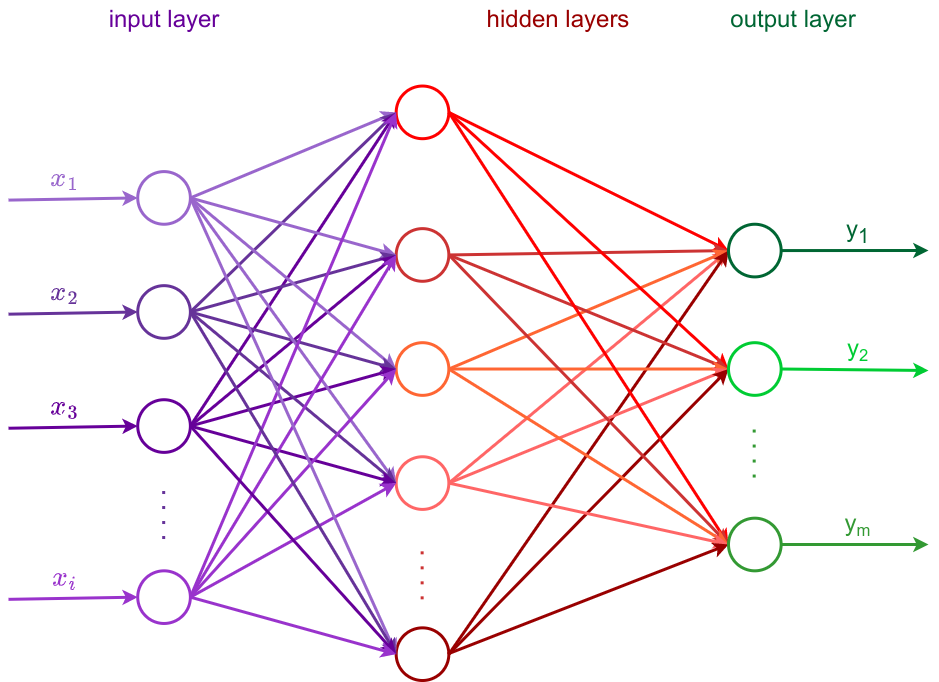
Before: diagrams/perceptron.drawio.png, a diagram exported from draw.io (ryndovaira-org/data_science_lectures). Source tidied: cells renumbered, new cells last; positions are measured from the earlier drawing's top-left corner, leaving out a move shared by most shapes.
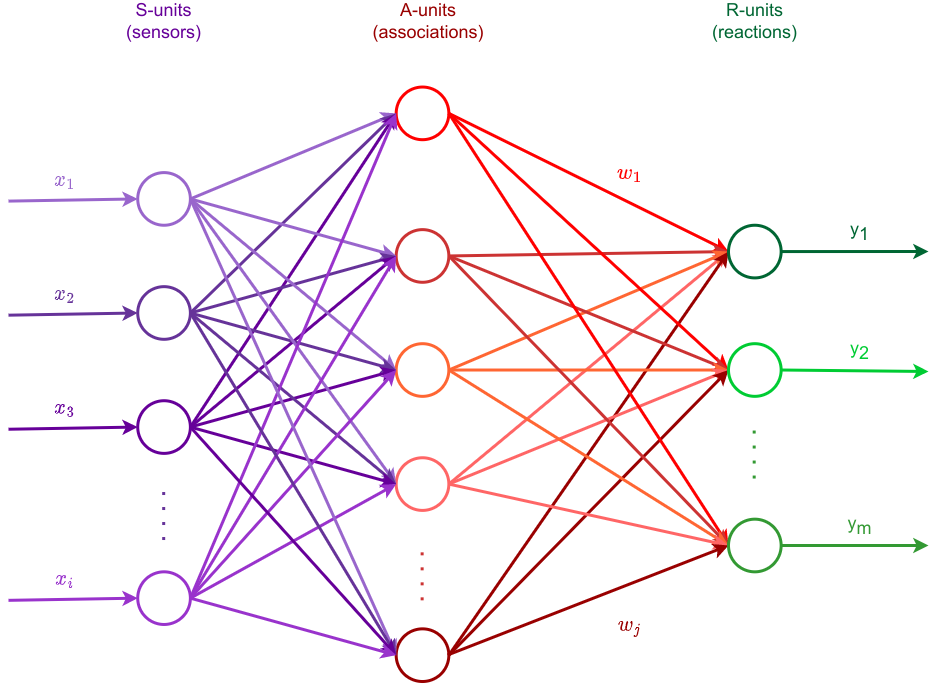
Later version of the same file.

Change to the diagram source:
```diff
@@ -10,7 +10,7 @@
         <mxPoint y="199.6" as="sourcePoint" />
       </mxGeometry>
     </mxCell>
-    <mxCell id="4" value="$$x_1$$" style="edgeLabel;html=1;align=center;verticalAlign=middle;fontColor=#9966CC;fontSize=24;labelBackgroundColor=none;" parent="3" vertex="1">
+    <mxCell id="4" value="$$x_1$$" style="edgeLabel;html=1;align=center;verticalAlign=middle;fontColor=#9966CC;fontSize=18;labelBackgroundColor=none;" parent="3" vertex="1">
       <mxGeometry x="0.22" relative="1" as="geometry">
         <mxPoint x="-23" y="-20" as="offset" />
       </mxGeometry>
@@ -23,7 +23,7 @@
         <mxPoint y="313.7" as="sourcePoint" />
       </mxGeometry>
     </mxCell>
-    <mxCell id="7" value="$$x_2$$" style="edgeLabel;html=1;align=center;verticalAlign=middle;fontColor=#663399;fontSize=24;labelBackgroundColor=none;" parent="6" vertex="1">
+    <mxCell id="7" value="$$x_2$$" style="edgeLabel;html=1;align=center;verticalAlign=middle;fontColor=#663399;fontSize=18;labelBackgroundColor=none;" parent="6" vertex="1">
       <mxGeometry x="0.22" relative="1" as="geometry">
         <mxPoint x="-23" y="-20" as="offset" />
       </mxGeometry>
@@ -36,7 +36,7 @@
         <mxPoint y="427.7" as="sourcePoint" />
       </mxGeometry>
     </mxCell>
-    <mxCell id="10" value="&lt;font style=&quot;font-size: 24px;&quot;&gt;$$x_3$$&lt;br style=&quot;font-size: 24px;&quot;&gt;&lt;/font&gt;" style="edgeLabel;html=1;align=center;verticalAlign=middle;strokeColor=#FF9933;fontColor=#660099;fontSize=24;labelBackgroundColor=none;" parent="9" vertex="1">
+    <mxCell id="10" value="&lt;font style=&quot;font-size: 18px;&quot;&gt;$$x_3$$&lt;br style=&quot;font-size: 18px;&quot;&gt;&lt;/font&gt;" style="edgeLabel;html=1;align=center;verticalAlign=middle;strokeColor=#FF9933;fontColor=#660099;fontSize=18;labelBackgroundColor=none;" parent="9" vertex="1">
       <mxGeometry x="0.22" relative="1" as="geometry">
         <mxPoint x="-23" y="-20" as="offset" />
       </mxGeometry>
@@ -77,7 +77,7 @@
     <mxCell id="22" style="edgeStyle=none;rounded=0;jettySize=auto;html=1;exitX=1;exitY=0.5;exitDx=0;exitDy=0;entryX=0;entryY=0.5;entryDx=0;entryDy=0;strokeColor=#660099;fontSize=18;strokeWidth=3;labelBackgroundColor=none;" parent="1" edge="1" source="8" target="19">
       <mxGeometry relative="1" as="geometry" />
     </mxCell>
-    <mxCell id="23" style="edgeStyle=none;rounded=0;jettySize=auto;html=1;exitX=1;exitY=0.5;exitDx=0;exitDy=0;strokeWidth=3;strokeColor=#FF6666;labelBackgroundColor=none;entryX=0;entryY=0.5;entryDx=0;entryDy=0;entryPerimeter=0;" parent="1" edge="1" source="24" target="60">
+    <mxCell id="23" style="edgeStyle=none;rounded=0;jettySize=auto;html=1;exitX=1;exitY=0.5;exitDx=0;exitDy=0;strokeWidth=3;strokeColor=#FF6666;labelBackgroundColor=none;entryX=0;entryY=0.5;entryDx=0;entryDy=0;entryPerimeter=0;fontSize=18;" parent="1" edge="1" source="24" target="60">
       <mxGeometry relative="1" as="geometry" />
     </mxCell>
     <mxCell id="24" style="ellipse;whiteSpace=wrap;html=1;fontSize=18;strokeWidth=3;strokeColor=#FF6666;labelBackgroundColor=none;fillColor=none;" parent="1" vertex="1">
@@ -112,7 +112,7 @@
         <mxPoint y="598.8" as="sourcePoint" />
       </mxGeometry>
     </mxCell>
-    <mxCell id="34" value="$$x_i$$" style="edgeLabel;html=1;align=center;verticalAlign=middle;strokeColor=#33FFFF;fontColor=#9933CC;fontSize=24;labelBackgroundColor=none;" parent="33" vertex="1">
+    <mxCell id="34" value="$$x_i$$" style="edgeLabel;html=1;align=center;verticalAlign=middle;strokeColor=#33FFFF;fontColor=#9933CC;fontSize=18;labelBackgroundColor=none;" parent="33" vertex="1">
       <mxGeometry x="0.22" relative="1" as="geometry">
         <mxPoint x="-23" y="-20" as="offset" />
       </mxGeometry>
@@ -132,72 +132,82 @@
     <mxCell id="39" style="edgeStyle=none;rounded=0;jettySize=auto;html=1;exitX=1;exitY=0.5;exitDx=0;exitDy=0;entryX=0;entryY=0.5;entryDx=0;entryDy=0;strokeColor=#9933CC;fontSize=18;strokeWidth=3;fontColor=#9933CC;labelBackgroundColor=none;" parent="1" edge="1" source="32" target="35">
       <mxGeometry relative="1" as="geometry" />
     </mxCell>
-    <mxCell id="40" value="input layer" style="rounded=0;whiteSpace=wrap;html=1;strokeColor=none;fillColor=none;fontSize=24;labelBackgroundColor=none;fontColor=#660099;" parent="1" vertex="1">
-      <mxGeometry x="95.6" width="120" height="40" as="geometry" />
+    <mxCell id="40" value="S-units&lt;br style=&quot;font-size: 18px;&quot;&gt;(sensors)" style="rounded=0;whiteSpace=wrap;html=1;strokeColor=none;fillColor=none;fontSize=18;labelBackgroundColor=none;fontColor=#660099;" parent="1" vertex="1">
+      <mxGeometry x="87.2" width="136.7" height="40" as="geometry" />
     </mxCell>
-    <mxCell id="41" value="hidden layers" style="rounded=0;whiteSpace=wrap;html=1;strokeColor=none;fillColor=none;fontSize=24;labelBackgroundColor=none;fontColor=#990000;" parent="1" vertex="1">
-      <mxGeometry x="390" width="319.6" height="40" as="geometry" />
+    <mxCell id="41" value="A-units&lt;br style=&quot;font-size: 18px;&quot;&gt;(associations)" style="rounded=0;whiteSpace=wrap;html=1;strokeColor=none;fillColor=none;fontSize=18;labelBackgroundColor=none;fontColor=#990000;" parent="1" vertex="1">
+      <mxGeometry x="320" width="200" height="40" as="geometry" />
     </mxCell>
-    <mxCell id="42" style="endArrow=none;html=1;strokeWidth=3;fontSize=14;startArrow=none;startFill=0;rounded=0;dashed=1;dashPattern=1 4;strokeColor=#663399;labelBackgroundColor=none;" parent="1" edge="1">
+    <mxCell id="42" style="endArrow=none;html=1;strokeWidth=3;fontSize=18;startArrow=none;startFill=0;rounded=0;dashed=1;dashPattern=1 4;strokeColor=#663399;labelBackgroundColor=none;" parent="1" edge="1">
       <mxGeometry relative="1" as="geometry">
         <mxPoint x="155.2" y="538.5" as="sourcePoint" />
         <mxPoint x="155.2" y="481.5" as="targetPoint" />
       </mxGeometry>
     </mxCell>
-    <mxCell id="43" style="endArrow=none;html=1;strokeWidth=3;fontSize=14;startArrow=none;startFill=0;rounded=0;dashed=1;dashPattern=1 4;strokeColor=#CC3333;labelBackgroundColor=none;" parent="1" edge="1">
+    <mxCell id="43" style="endArrow=none;html=1;strokeWidth=3;fontSize=18;startArrow=none;startFill=0;rounded=0;dashed=1;dashPattern=1 4;strokeColor=#CC3333;labelBackgroundColor=none;" parent="1" edge="1">
       <mxGeometry relative="1" as="geometry">
         <mxPoint x="413.6" y="598.8" as="sourcePoint" />
         <mxPoint x="413.6" y="541.8" as="targetPoint" />
       </mxGeometry>
     </mxCell>
-    <mxCell id="44" style="edgeStyle=none;rounded=0;jettySize=auto;html=1;exitX=1;exitY=0.5;exitDx=0;exitDy=0;entryX=0;entryY=0.5;entryDx=0;entryDy=0;strokeWidth=3;strokeColor=#FF0000;labelBackgroundColor=none;entryPerimeter=0;" parent="1" edge="1" source="11" target="60">
+    <mxCell id="44" style="edgeStyle=none;rounded=0;jettySize=auto;html=1;exitX=1;exitY=0.5;exitDx=0;exitDy=0;entryX=0;entryY=0.5;entryDx=0;entryDy=0;strokeWidth=3;strokeColor=#FF0000;labelBackgroundColor=none;entryPerimeter=0;fontSize=18;" parent="1" edge="1" source="11" target="60">
       <mxGeometry relative="1" as="geometry" />
     </mxCell>
+    <mxCell id="69" value="$$w_1$$" style="edgeLabel;html=1;align=center;verticalAlign=middle;labelBackgroundColor=none;fontSize=18;fontColor=#FF0000;" parent="44" vertex="1">
+      <mxGeometry x="-0.31" y="2" relative="1" as="geometry">
+        <mxPoint x="83" y="13" as="offset" />
+      </mxGeometry>
+    </mxCell>
-    <mxCell id="45" style="edgeStyle=none;rounded=0;jettySize=auto;html=1;exitX=1;exitY=0.5;exitDx=0;exitDy=0;entryX=0;entryY=0.5;entryDx=0;entryDy=0;strokeWidth=3;strokeColor=#CC3333;labelBackgroundColor=none;entryPerimeter=0;" parent="1" edge="1" source="15" target="60">
+    <mxCell id="45" style="edgeStyle=none;rounded=0;jettySize=auto;html=1;exitX=1;exitY=0.5;exitDx=0;exitDy=0;entryX=0;entryY=0.5;entryDx=0;entryDy=0;strokeWidth=3;strokeColor=#CC3333;labelBackgroundColor=none;entryPerimeter=0;fontSize=18;" parent="1" edge="1" source="15" target="60">
       <mxGeometry relative="1" as="geometry" />
     </mxCell>
-    <mxCell id="46" style="edgeStyle=none;rounded=0;jettySize=auto;html=1;exitX=1;exitY=0.5;exitDx=0;exitDy=0;entryX=0;entryY=0.5;entryDx=0;entryDy=0;strokeWidth=3;strokeColor=#FF6633;labelBackgroundColor=none;entryPerimeter=0;" parent="1" edge="1" source="19" target="60">
+    <mxCell id="46" style="edgeStyle=none;rounded=0;jettySize=auto;html=1;exitX=1;exitY=0.5;exitDx=0;exitDy=0;entryX=0;entryY=0.5;entryDx=0;entryDy=0;strokeWidth=3;strokeColor=#FF6633;labelBackgroundColor=none;entryPerimeter=0;fontSize=18;" parent="1" edge="1" source="19" target="60">
       <mxGeometry relative="1" as="geometry" />
     </mxCell>
-    <mxCell id="47" style="edgeStyle=none;rounded=0;jettySize=auto;html=1;exitX=1;exitY=0.5;exitDx=0;exitDy=0;entryX=0;entryY=0.5;entryDx=0;entryDy=0;strokeWidth=3;strokeColor=#990000;labelBackgroundColor=none;entryPerimeter=0;" parent="1" edge="1" source="35" target="60">
+    <mxCell id="47" style="edgeStyle=none;rounded=0;jettySize=auto;html=1;exitX=1;exitY=0.5;exitDx=0;exitDy=0;entryX=0;entryY=0.5;entryDx=0;entryDy=0;strokeWidth=3;strokeColor=#990000;labelBackgroundColor=none;entryPerimeter=0;fontSize=18;" parent="1" edge="1" source="35" target="60">
       <mxGeometry relative="1" as="geometry" />
     </mxCell>
-    <mxCell id="48" style="edgeStyle=none;rounded=0;jettySize=auto;html=1;exitX=1;exitY=0.5;exitDx=0;exitDy=0;entryX=0;entryY=0.5;entryDx=0;entryDy=0;strokeWidth=3;strokeColor=#FF0000;labelBackgroundColor=none;" parent="1" edge="1" source="11" target="61">
+    <mxCell id="48" style="edgeStyle=none;rounded=0;jettySize=auto;html=1;exitX=1;exitY=0.5;exitDx=0;exitDy=0;entryX=0;entryY=0.5;entryDx=0;entryDy=0;strokeWidth=3;strokeColor=#FF0000;labelBackgroundColor=none;fontSize=18;" parent="1" edge="1" source="11" target="61">
       <mxGeometry relative="1" as="geometry" />
     </mxCell>
-    <mxCell id="49" style="edgeStyle=none;rounded=0;jettySize=auto;html=1;exitX=1;exitY=0.5;exitDx=0;exitDy=0;strokeWidth=3;strokeColor=#CC3333;labelBackgroundColor=none;entryX=0;entryY=0.5;entryDx=0;entryDy=0;" parent="1" edge="1" source="15" target="61">
+    <mxCell id="49" style="edgeStyle=none;rounded=0;jettySize=auto;html=1;exitX=1;exitY=0.5;exitDx=0;exitDy=0;strokeWidth=3;strokeColor=#CC3333;labelBackgroundColor=none;entryX=0;entryY=0.5;entryDx=0;entryDy=0;fontSize=18;" parent="1" edge="1" source="15" target="61">
       <mxGeometry relative="1" as="geometry" />
     </mxCell>
-    <mxCell id="50" style="edgeStyle=none;rounded=0;jettySize=auto;html=1;exitX=1;exitY=0.5;exitDx=0;exitDy=0;entryX=0;entryY=0.5;entryDx=0;entryDy=0;strokeWidth=3;strokeColor=#FF6633;labelBackgroundColor=none;" parent="1" edge="1" source="19" target="61">
+    <mxCell id="50" style="edgeStyle=none;rounded=0;jettySize=auto;html=1;exitX=1;exitY=0.5;exitDx=0;exitDy=0;entryX=0;entryY=0.5;entryDx=0;entryDy=0;strokeWidth=3;strokeColor=#FF6633;labelBackgroundColor=none;fontSize=18;" parent="1" edge="1" source="19" target="61">
       <mxGeometry relative="1" as="geometry" />
     </mxCell>
-    <mxCell id="51" style="edgeStyle=none;rounded=0;jettySize=auto;html=1;exitX=1;exitY=0.5;exitDx=0;exitDy=0;entryX=0;entryY=0.5;entryDx=0;entryDy=0;strokeWidth=3;strokeColor=#FF6666;labelBackgroundColor=none;" parent="1" edge="1" source="24" target="61">
+    <mxCell id="51" style="edgeStyle=none;rounded=0;jettySize=auto;html=1;exitX=1;exitY=0.5;exitDx=0;exitDy=0;entryX=0;entryY=0.5;entryDx=0;entryDy=0;strokeWidth=3;strokeColor=#FF6666;labelBackgroundColor=none;fontSize=18;" parent="1" edge="1" source="24" target="61">
       <mxGeometry relative="1" as="geometry" />
     </mxCell>
-    <mxCell id="52" style="edgeStyle=none;rounded=0;jettySize=auto;html=1;exitX=1;exitY=0.5;exitDx=0;exitDy=0;entryX=0;entryY=0.5;entryDx=0;entryDy=0;strokeWidth=3;strokeColor=#990000;labelBackgroundColor=none;" parent="1" edge="1" source="35" target="61">
+    <mxCell id="52" style="edgeStyle=none;rounded=0;jettySize=auto;html=1;exitX=1;exitY=0.5;exitDx=0;exitDy=0;entryX=0;entryY=0.5;entryDx=0;entryDy=0;strokeWidth=3;strokeColor=#990000;labelBackgroundColor=none;fontSize=18;" parent="1" edge="1" source="35" target="61">
       <mxGeometry relative="1" as="geometry" />
     </mxCell>
-    <mxCell id="53" style="edgeStyle=none;rounded=0;jettySize=auto;html=1;exitX=1;exitY=0.5;exitDx=0;exitDy=0;entryX=0;entryY=0.5;entryDx=0;entryDy=0;strokeWidth=3;strokeColor=#FF0000;labelBackgroundColor=none;" parent="1" edge="1" source="11" target="62">
+    <mxCell id="53" style="edgeStyle=none;rounded=0;jettySize=auto;html=1;exitX=1;exitY=0.5;exitDx=0;exitDy=0;entryX=0;entryY=0.5;entryDx=0;entryDy=0;strokeWidth=3;strokeColor=#FF0000;labelBackgroundColor=none;fontSize=18;" parent="1" edge="1" source="11" target="62">
       <mxGeometry relative="1" as="geometry" />
     </mxCell>
-    <mxCell id="54" style="edgeStyle=none;rounded=0;jettySize=auto;html=1;exitX=1;exitY=0.5;exitDx=0;exitDy=0;entryX=0;entryY=0.5;entryDx=0;entryDy=0;strokeWidth=3;strokeColor=#CC3333;labelBackgroundColor=none;" parent="1" edge="1" source="15" target="62">
+    <mxCell id="54" style="edgeStyle=none;rounded=0;jettySize=auto;html=1;exitX=1;exitY=0.5;exitDx=0;exitDy=0;entryX=0;entryY=0.5;entryDx=0;entryDy=0;strokeWidth=3;strokeColor=#CC3333;labelBackgroundColor=none;fontSize=18;" parent="1" edge="1" source="15" target="62">
       <mxGeometry relative="1" as="geometry" />
     </mxCell>
-    <mxCell id="55" style="edgeStyle=none;rounded=0;jettySize=auto;html=1;exitX=1;exitY=0.5;exitDx=0;exitDy=0;entryX=0;entryY=0.5;entryDx=0;entryDy=0;strokeWidth=3;strokeColor=#FF6633;labelBackgroundColor=none;" parent="1" edge="1" source="19" target="62">
+    <mxCell id="55" style="edgeStyle=none;rounded=0;jettySize=auto;html=1;exitX=1;exitY=0.5;exitDx=0;exitDy=0;entryX=0;entryY=0.5;entryDx=0;entryDy=0;strokeWidth=3;strokeColor=#FF6633;labelBackgroundColor=none;fontSize=18;" parent="1" edge="1" source="19" target="62">
       <mxGeometry relative="1" as="geometry" />
     </mxCell>
-    <mxCell id="56" style="edgeStyle=none;rounded=0;jettySize=auto;html=1;exitX=1;exitY=0.5;exitDx=0;exitDy=0;strokeWidth=3;strokeColor=#FF6666;labelBackgroundColor=none;entryX=0;entryY=0.5;entryDx=0;entryDy=0;" parent="1" edge="1" source="24" target="62">
+    <mxCell id="56" style="edgeStyle=none;rounded=0;jettySize=auto;html=1;exitX=1;exitY=0.5;exitDx=0;exitDy=0;strokeWidth=3;strokeColor=#FF6666;labelBackgroundColor=none;entryX=0;entryY=0.5;entryDx=0;entryDy=0;fontSize=18;" parent="1" edge="1" source="24" target="62">
       <mxGeometry relative="1" as="geometry" />
     </mxCell>
-    <mxCell id="57" style="edgeStyle=none;rounded=0;jettySize=auto;html=1;strokeWidth=3;strokeColor=#990000;labelBackgroundColor=none;entryX=0;entryY=0.5;entryDx=0;entryDy=0;exitX=0.979;exitY=0.496;exitDx=0;exitDy=0;exitPerimeter=0;" parent="1" edge="1" source="35" target="62">
+    <mxCell id="57" style="edgeStyle=none;rounded=0;jettySize=auto;html=1;strokeWidth=3;strokeColor=#990000;labelBackgroundColor=none;entryX=0;entryY=0.5;entryDx=0;entryDy=0;exitX=0.979;exitY=0.496;exitDx=0;exitDy=0;exitPerimeter=0;fontSize=18;" parent="1" edge="1" source="35" target="62">
       <mxGeometry relative="1" as="geometry" />
     </mxCell>
+    <mxCell id="70" value="$$w_j$$" style="edgeLabel;html=1;align=center;verticalAlign=middle;labelBackgroundColor=none;fontSize=18;fontColor=#990000;" parent="57" vertex="1">
+      <mxGeometry x="0.12" y="9" relative="1" as="geometry">
+        <mxPoint x="27" y="39" as="offset" />
+      </mxGeometry>
+    </mxCell>
-    <mxCell id="58" style="edgeStyle=none;rounded=0;jettySize=auto;html=1;strokeWidth=3;strokeColor=#006633;" parent="1" edge="1" source="60">
+    <mxCell id="58" style="edgeStyle=none;rounded=0;jettySize=auto;html=1;strokeWidth=3;strokeColor=#006633;fontSize=18;" parent="1" edge="1" source="60">
       <mxGeometry relative="1" as="geometry">
         <mxPoint x="920" y="250" as="targetPoint" />
       </mxGeometry>
     </mxCell>
-    <mxCell id="59" value="&lt;font style=&quot;font-size: 24px;&quot;&gt;y&lt;sub&gt;1&lt;/sub&gt;&lt;/font&gt;" style="edgeLabel;html=1;align=center;verticalAlign=middle;fontColor=#006633;labelBackgroundColor=none;" parent="58" vertex="1">
+    <mxCell id="59" value="&lt;font style=&quot;font-size: 18px;&quot;&gt;y&lt;sub style=&quot;font-size: 18px;&quot;&gt;1&lt;/sub&gt;&lt;/font&gt;" style="edgeLabel;html=1;align=center;verticalAlign=middle;fontColor=#006633;labelBackgroundColor=none;fontSize=18;" parent="58" vertex="1">
       <mxGeometry x="0.17" y="-2" relative="1" as="geometry">
         <mxPoint x="-10" y="-22" as="offset" />
       </mxGeometry>
@@ -211,31 +221,31 @@
     <mxCell id="62" style="ellipse;whiteSpace=wrap;html=1;strokeColor=#339933;fontSize=18;strokeWidth=3;fontColor=#9933CC;labelBackgroundColor=none;fillColor=none;" parent="1" vertex="1">
       <mxGeometry x="720" y="517.7" width="52.6" height="52.6" as="geometry" />
     </mxCell>
-    <mxCell id="63" style="endArrow=none;html=1;strokeWidth=3;fontSize=14;startArrow=none;startFill=0;rounded=0;dashed=1;dashPattern=1 4;strokeColor=#339933;labelBackgroundColor=none;" parent="1" edge="1">
+    <mxCell id="63" style="endArrow=none;html=1;strokeWidth=3;fontSize=18;startArrow=none;startFill=0;rounded=0;dashed=1;dashPattern=1 4;strokeColor=#339933;labelBackgroundColor=none;" parent="1" edge="1">
       <mxGeometry relative="1" as="geometry">
         <mxPoint x="745.7" y="477" as="sourcePoint" />
         <mxPoint x="745.7" y="420" as="targetPoint" />
       </mxGeometry>
     </mxCell>
-    <mxCell id="64" value="output layer" style="rounded=0;whiteSpace=wrap;html=1;strokeColor=none;fillColor=none;fontSize=24;labelBackgroundColor=none;fontColor=#006633;" parent="1" vertex="1">
-      <mxGeometry x="720" width="130" height="40" as="geometry" />
+    <mxCell id="64" value="R-units&lt;br&gt;(reactions)" style="rounded=0;whiteSpace=wrap;html=1;strokeColor=none;fillColor=none;fontSize=18;labelBackgroundColor=none;fontColor=#006633;" parent="1" vertex="1">
+      <mxGeometry x="667" width="158.7" height="40" as="geometry" />
     </mxCell>
-    <mxCell id="65" style="edgeStyle=none;rounded=0;jettySize=auto;html=1;strokeWidth=3;strokeColor=#00CC33;exitX=1;exitY=0.5;exitDx=0;exitDy=0;" parent="1" edge="1" source="61">
+    <mxCell id="65" style="edgeStyle=none;rounded=0;jettySize=auto;html=1;strokeWidth=3;strokeColor=#00CC33;exitX=1;exitY=0.5;exitDx=0;exitDy=0;fontSize=18;" parent="1" edge="1" source="61">
       <mxGeometry relative="1" as="geometry">
         <mxPoint x="920" y="370" as="targetPoint" />
       </mxGeometry>
     </mxCell>
-    <mxCell id="66" value="&lt;font style=&quot;font-size: 24px;&quot;&gt;y&lt;/font&gt;&lt;font style=&quot;font-size: 20px;&quot;&gt;&lt;sub&gt;2&lt;/sub&gt;&lt;/font&gt;" style="edgeLabel;html=1;align=center;verticalAlign=middle;labelBackgroundColor=none;fontColor=#00CC33;" parent="65" vertex="1">
+    <mxCell id="66" value="&lt;font style=&quot;font-size: 18px;&quot;&gt;y&lt;/font&gt;&lt;font style=&quot;font-size: 18px;&quot;&gt;&lt;sub style=&quot;font-size: 18px;&quot;&gt;2&lt;/sub&gt;&lt;/font&gt;" style="edgeLabel;html=1;align=center;verticalAlign=middle;labelBackgroundColor=none;fontColor=#00CC33;fontSize=18;" parent="65" vertex="1">
       <mxGeometry x="0.17" y="-2" relative="1" as="geometry">
         <mxPoint x="-10" y="-22" as="offset" />
       </mxGeometry>
     </mxCell>
-    <mxCell id="67" style="edgeStyle=none;rounded=0;jettySize=auto;html=1;strokeWidth=3;strokeColor=#339933;" parent="1" edge="1" source="62">
+    <mxCell id="67" style="edgeStyle=none;rounded=0;jettySize=auto;html=1;strokeWidth=3;strokeColor=#339933;fontSize=18;" parent="1" edge="1" source="62">
       <mxGeometry relative="1" as="geometry">
         <mxPoint x="920" y="544" as="targetPoint" />
       </mxGeometry>
     </mxCell>
-    <mxCell id="68" value="&lt;font style=&quot;font-size: 24px;&quot;&gt;y&lt;/font&gt;&lt;font style=&quot;font-size: 20px;&quot;&gt;&lt;sub&gt;m&lt;/sub&gt;&lt;/font&gt;" style="edgeLabel;html=1;align=center;verticalAlign=middle;fontColor=#339933;labelBackgroundColor=none;" parent="67" vertex="1">
+    <mxCell id="68" value="&lt;font style=&quot;font-size: 18px;&quot;&gt;y&lt;/font&gt;&lt;font style=&quot;font-size: 18px;&quot;&gt;&lt;sub style=&quot;font-size: 18px;&quot;&gt;m&lt;/sub&gt;&lt;/font&gt;" style="edgeLabel;html=1;align=center;verticalAlign=middle;fontColor=#339933;labelBackgroundColor=none;fontSize=18;" parent="67" vertex="1">
       <mxGeometry x="0.17" y="-2" relative="1" as="geometry">
         <mxPoint x="-10" y="-22" as="offset" />
       </mxGeometry>
```
